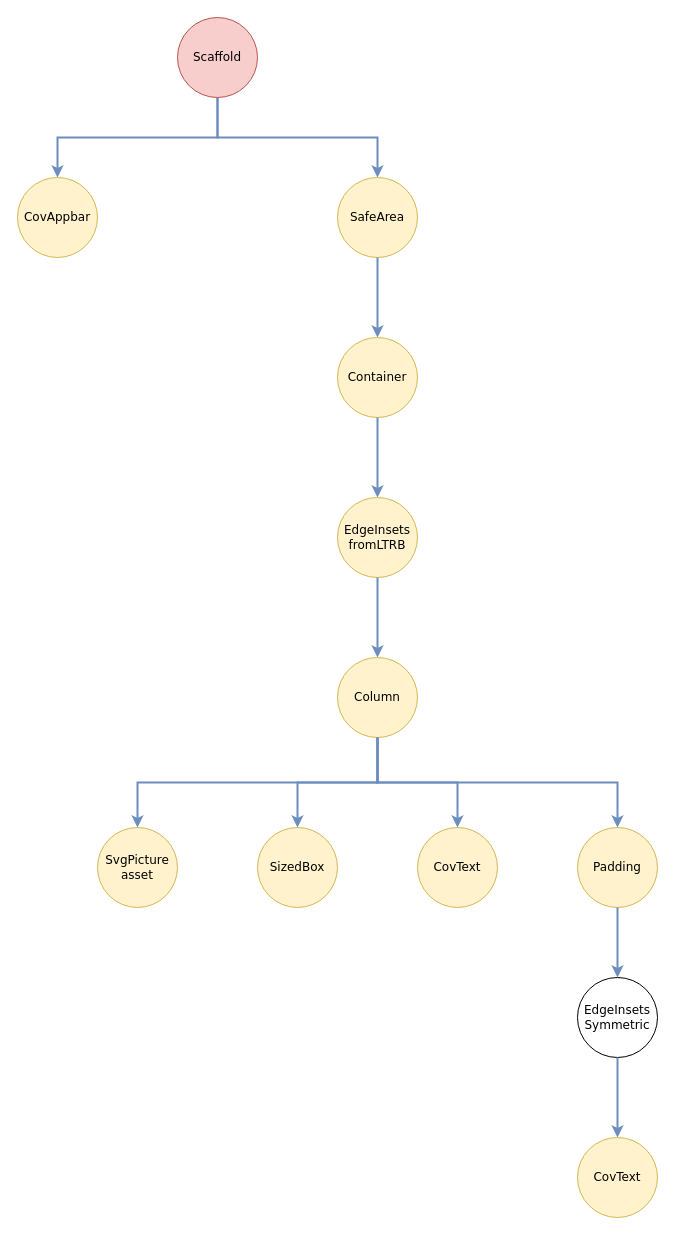
Above: .drawio/pages/.drawio/About.drawio in ukayaj620/covidfo (draw.io), before the change. Source tidied: cells renumbered, new cells numbered last; positions are measured from the earlier drawing's top-left corner, leaving out a move shared by most shapes. Both pictures are drawn from the tidied source at 100%, with x=0, y=0 at pixel (17, 17).
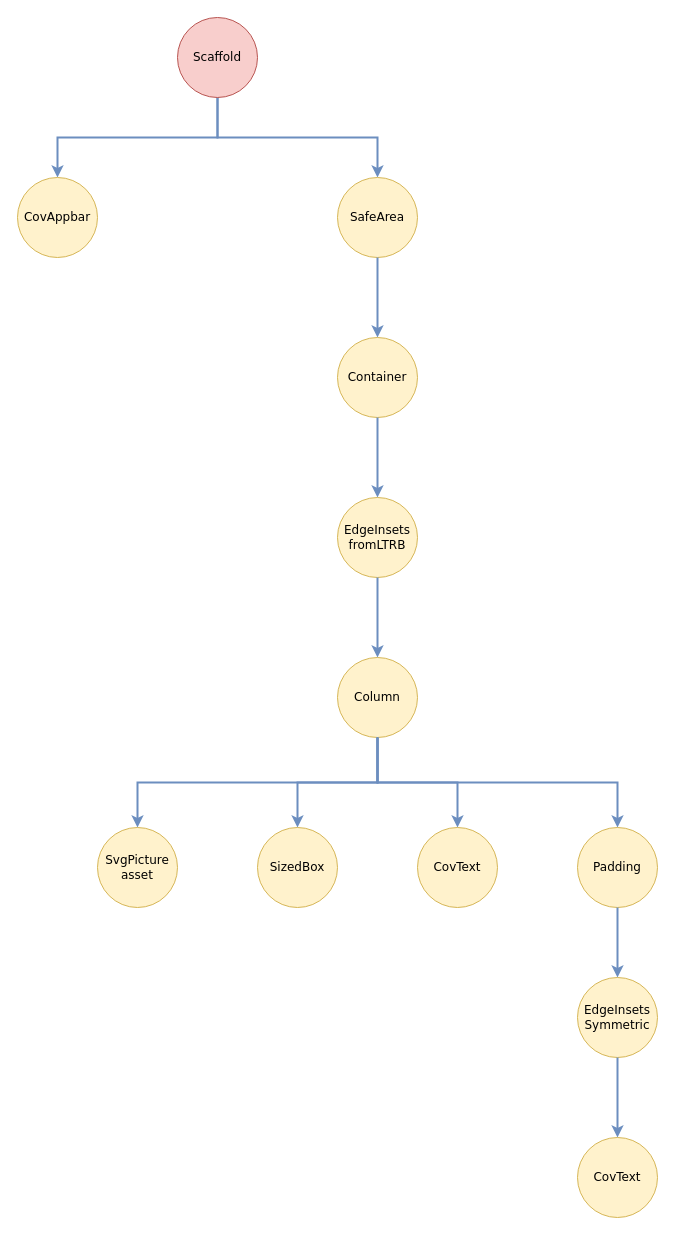
The same diagram, later.

Commit message (it also covers changes not shown here):
fix: Missing Node Color for About.drawio

What changed in the source:
```diff
@@
-    <mxCell id="22" value="&lt;div&gt;&lt;font face=&quot;Verdana&quot;&gt;EdgeInsets&lt;/font&gt;&lt;/div&gt;&lt;div&gt;&lt;font face=&quot;Verdana&quot;&gt;Symmetric&lt;br&gt;&lt;/font&gt;&lt;/div&gt;" style="ellipse;whiteSpace=wrap;html=1;" parent="1" vertex="1">
+    <mxCell id="22" value="&lt;div&gt;&lt;font face=&quot;Verdana&quot;&gt;EdgeInsets&lt;/font&gt;&lt;/div&gt;&lt;div&gt;&lt;font face=&quot;Verdana&quot;&gt;Symmetric&lt;br&gt;&lt;/font&gt;&lt;/div&gt;" style="ellipse;whiteSpace=wrap;html=1;fillColor=#fff2cc;strokeColor=#d6b656;" parent="1" vertex="1">
       <mxGeometry x="560" y="960" width="80" height="80" as="geometry" />
     </mxCell>
```
